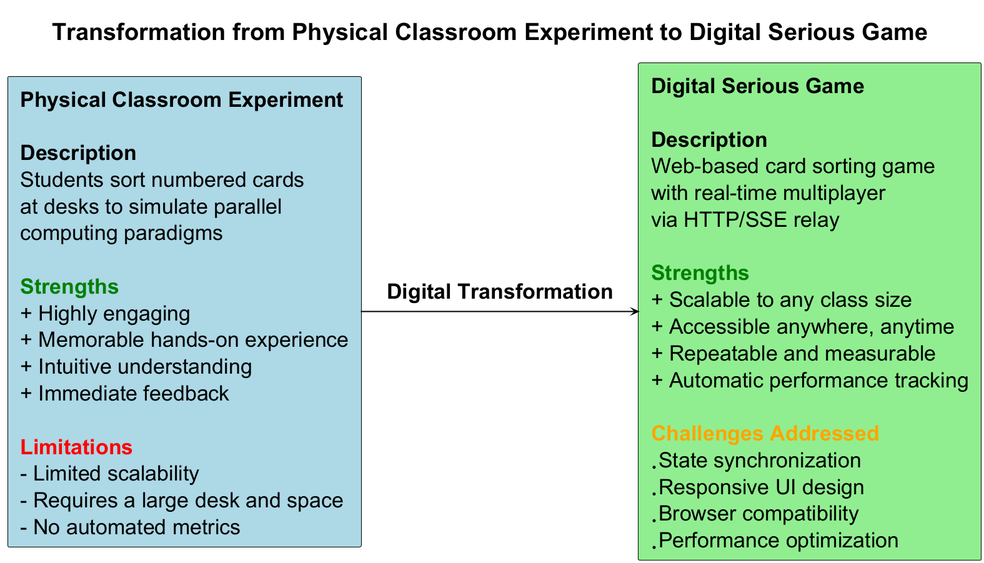
Siponek/HPC-thesis keeps this PlantUML diagram as figures/diagrams/physical-to-digital-mapping.png. Above is the earlier version.
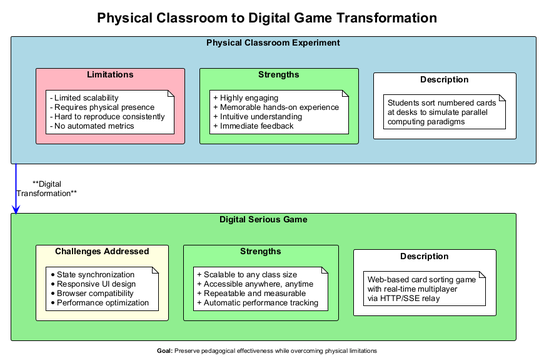
Later version of the same file.

What changed in the source:
```diff
@@ -1,19 +1,68 @@
 @startuml physical-to-digital-mapping
 !theme plain
-!include ../shared/theme.puml
-skinparam Shadowing false
+skinparam backgroundColor white
+skinparam defaultFontName Arial
 
-top to bottom direction
-skinparam nodesep 60
-skinparam ranksep 20
-title Transformation from Physical Classroom Experiment to Digital Serious Game
+title Physical Classroom to Digital Game Transformation
 
-together {
-  card "**Physical Classroom Experiment**\n\n<b>Description</b>\nStudents sort numbered cards\nat desks to simulate parallel\ncomputing paradigms\n\n<color:green><b>Strengths</b></color>\n+ Highly engaging\n+ Memorable hands-on experience\n+ Intuitive understanding\n+ Immediate feedback\n\n<color:red><b>Limitations</b></color>\n- Limited scalability\n- Requires a large desk and space\n- No automated metrics" as PHYS #LightBlue
+rectangle "**Physical Classroom Experiment**" as PHYS #LightBlue {
+    rectangle "Description" as PHYS_DESC #White {
+        note as N1
+        Students sort numbered cards
+        at desks to simulate parallel
+        computing paradigms
+        end note
+    }
 
-  card "**Digital Serious Game**\n\n<b>Description</b>\nWeb-based card sorting game\nwith real-time multiplayer\nvia HTTP/SSE relay\n\n<color:green><b>Strengths</b></color>\n+ Scalable to any class size\n+ Accessible anywhere, anytime\n+ Repeatable and measurable\n+ Automatic performance tracking\n\n<color:orange><b>Challenges Addressed</b></color>\n* State synchronization\n* Responsive UI design\n* Browser compatibility\n* Performance optimization" as DIGI #LightGreen
+    rectangle "Strengths" as PHYS_STR #PaleGreen {
+        note as N2
+        + Highly engaging
+        + Memorable hands-on experience
+        + Intuitive understanding
+        + Immediate feedback
+        end note
+    }
+
+    rectangle "Limitations" as PHYS_LIM #LightPink {
+        note as N3
+        - Limited scalability
+        - Requires physical presence
+        - Hard to reproduce consistently
+        - No automated metrics
+        end note
+    }
 }
 
-PHYS -right[#000,thickness=2]-> DIGI : **Digital Transformation**
+rectangle "**Digital Serious Game**" as DIGI #LightGreen {
+    rectangle "Description" as DIGI_DESC #White {
+        note as N4
+        Web-based card sorting game
+        with real-time multiplayer
+        via HTTP/SSE relay
+        end note
+    }
+
+    rectangle "Strengths" as DIGI_STR #PaleGreen {
+        note as N5
+        + Scalable to any class size
+        + Accessible anywhere, anytime
+        + Repeatable and measurable
+        + Automatic performance tracking
+        end note
+    }
+
+    rectangle "Challenges Addressed" as DIGI_CHL #LightYellow {
+        note as N6
+        * State synchronization
+        * Responsive UI design
+        * Browser compatibility
+        * Performance optimization
+        end note
+    }
+}
+
+PHYS -[#blue,bold]-> DIGI : **Digital\nTransformation**
+
+center footer **Goal:** Preserve pedagogical effectiveness while overcoming physical limitations
 
 @enduml
```
